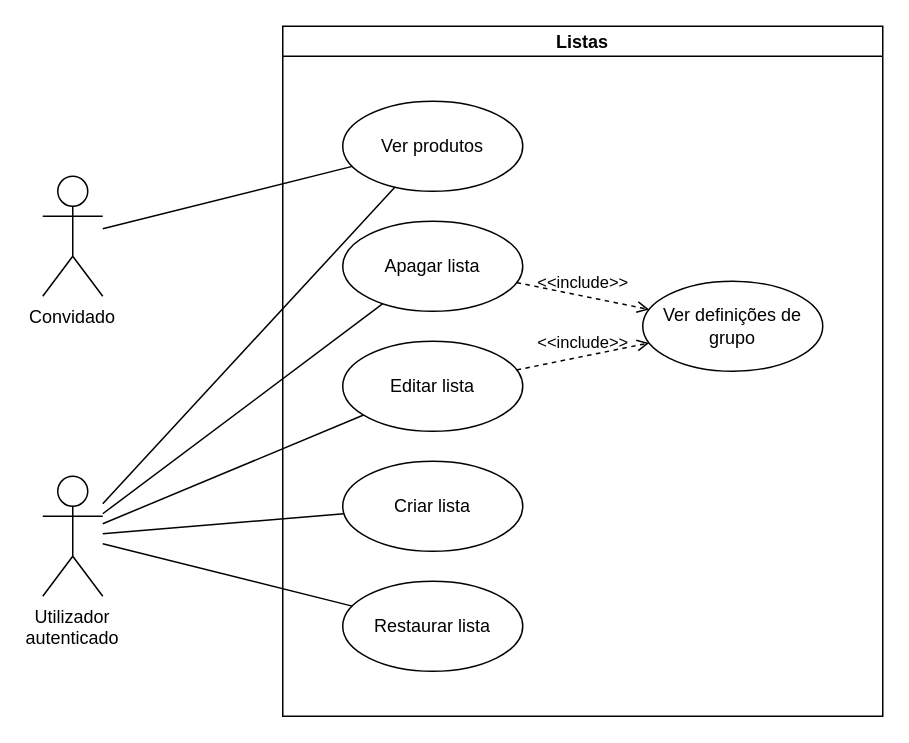
Earlier version of the draw.io diagram page "Listas" (3 of 4) of Requisitos.drawio (Krfld/ISEL-ES). Source tidied: cells renumbered, new cells numbered last; positions are measured from the earlier drawing's top-left corner, leaving out a move shared by most shapes. Both pictures are drawn from the tidied source at 150%, with x=0, y=0 at pixel (42, 26).
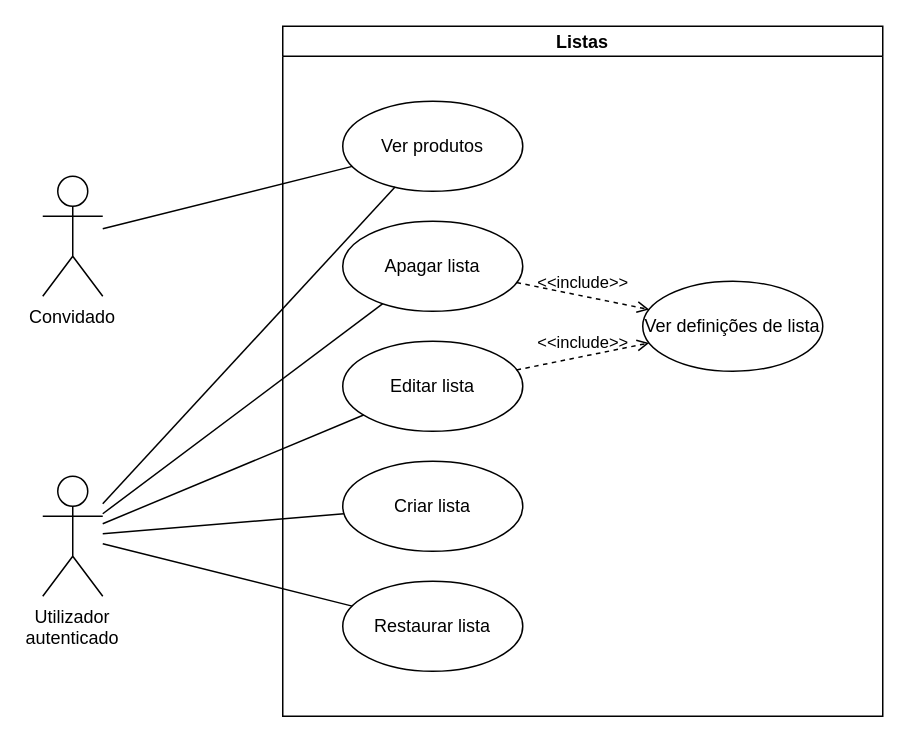
The same page after the edit.

Diff of the diagram source:
```diff
@@
 <mxGraphModel>
   <root>
     <mxCell id="0" />
     <mxCell id="1" parent="0" />
     <mxCell id="2" value="Listas" style="swimlane;startSize=20;" parent="1" vertex="1">
       <mxGeometry x="160" width="400" height="460" as="geometry" />
     </mxCell>
     <mxCell id="3" value="Editar lista" style="ellipse;whiteSpace=wrap;" parent="2" vertex="1">
       <mxGeometry x="40" y="210" width="120" height="60" as="geometry" />
     </mxCell>
     <mxCell id="4" value="Apagar lista" style="ellipse;whiteSpace=wrap;" parent="2" vertex="1">
       <mxGeometry x="40" y="130" width="120" height="60" as="geometry" />
     </mxCell>
     <mxCell id="5" value="Criar lista" style="ellipse;whiteSpace=wrap;" parent="2" vertex="1">
       <mxGeometry x="40" y="290" width="120" height="60" as="geometry" />
     </mxCell>
     <mxCell id="6" value="Restaurar lista" style="ellipse;whiteSpace=wrap;" parent="2" vertex="1">
       <mxGeometry x="40" y="370" width="120" height="60" as="geometry" />
     </mxCell>
-    <mxCell id="7" value="Ver definições de grupo" style="ellipse;whiteSpace=wrap;" parent="2" vertex="1">
+    <mxCell id="7" value="Ver definições de lista" style="ellipse;whiteSpace=wrap;" parent="2" vertex="1">
       <mxGeometry x="240" y="170" width="120" height="60" as="geometry" />
     </mxCell>
     <mxCell id="8" value="&amp;lt;&amp;lt;include&amp;gt;&amp;gt;" style="html=1;verticalAlign=bottom;labelBackgroundColor=none;endArrow=open;endFill=0;dashed=1;curved=1;" parent="2" edge="1" source="4" target="7">
       <mxGeometry relative="1" as="geometry" />
     </mxCell>
     <mxCell id="9" value="&amp;lt;&amp;lt;include&amp;gt;&amp;gt;" style="html=1;verticalAlign=bottom;labelBackgroundColor=none;endArrow=open;endFill=0;dashed=1;curved=1;" parent="2" edge="1" source="3" target="7">
       <mxGeometry relative="1" as="geometry" />
     </mxCell>
     <mxCell id="10" value="Ver produtos" style="ellipse;whiteSpace=wrap;" parent="2" vertex="1">
       <mxGeometry x="40" y="50" width="120" height="60" as="geometry" />
     </mxCell>
     <mxCell id="11" style="edgeStyle=none;curved=1;jettySize=auto;html=1;endArrow=none;endFill=0;" parent="1" edge="1" source="16" target="5">
       <mxGeometry relative="1" as="geometry" />
     </mxCell>
     <mxCell id="12" style="edgeStyle=none;curved=1;jettySize=auto;html=1;endArrow=none;endFill=0;" parent="1" edge="1" source="16" target="4">
       <mxGeometry relative="1" as="geometry" />
     </mxCell>
     <mxCell id="13" style="edgeStyle=none;curved=1;jettySize=auto;html=1;endArrow=none;endFill=0;" parent="1" edge="1" source="16" target="3">
       <mxGeometry relative="1" as="geometry" />
     </mxCell>
     <mxCell id="14" style="edgeStyle=none;curved=1;jettySize=auto;html=1;endArrow=none;endFill=0;" parent="1" edge="1" source="16" target="6">
       <mxGeometry relative="1" as="geometry" />
     </mxCell>
     <mxCell id="15" style="edgeStyle=none;curved=1;jettySize=auto;html=1;endArrow=none;endFill=0;" parent="1" edge="1" source="16" target="10">
       <mxGeometry relative="1" as="geometry" />
     </mxCell>
     <mxCell id="16" value="&lt;span&gt;Utilizador autenticado&lt;/span&gt;" style="shape=umlActor;verticalLabelPosition=bottom;verticalAlign=top;html=1;whiteSpace=wrap;" parent="1" vertex="1">
       <mxGeometry y="300" width="40" height="80" as="geometry" />
     </mxCell>
     <mxCell id="17" style="edgeStyle=none;curved=1;jettySize=auto;html=1;endArrow=none;endFill=0;" parent="1" edge="1" source="18" target="10">
       <mxGeometry relative="1" as="geometry" />
     </mxCell>
     <mxCell id="18" value="Convidado" style="shape=umlActor;verticalLabelPosition=bottom;verticalAlign=top;html=1;whiteSpace=wrap;" parent="1" vertex="1">
       <mxGeometry y="100" width="40" height="80" as="geometry" />
     </mxCell>
   </root>
 </mxGraphModel>
```
